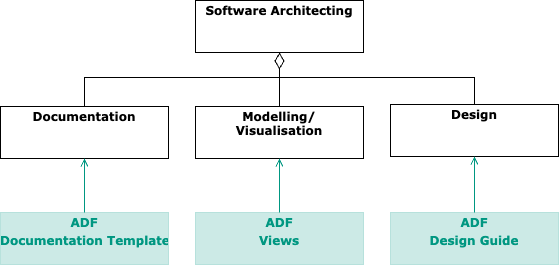
Above: pages/assets/overview-adf.drawio.png in architecture-decomposition-framework/en (draw.io), before the change. Source tidied: cells renumbered, new cells last; positions are measured from the earlier drawing's top-left corner, leaving out a move shared by most shapes.
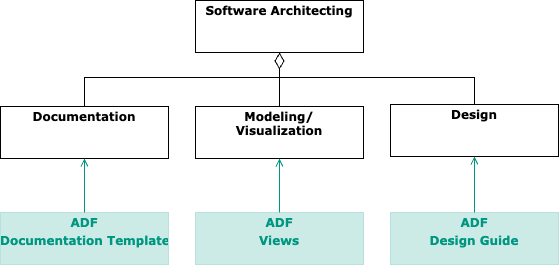
Above is the later version.

The edit, as a diff of the source:
```diff
@@ -8,7 +8,7 @@
     <mxCell id="3" style="endArrow=none;html=1;endSize=12;startArrow=diamondThin;startSize=14;startFill=0;edgeStyle=orthogonalEdgeStyle;align=left;verticalAlign=bottom;dashed=0;fillColor=#000000;fontFamily=Verdana;fontSize=12;endFill=0;rounded=0;fontColor=#000000;" parent="1" edge="1" source="2" target="4">
       <mxGeometry x="-1" y="3" relative="1" as="geometry" />
     </mxCell>
-    <mxCell id="4" value="&lt;p style=&quot;margin: 0px ; margin-top: 4px ; text-align: center&quot;&gt;&lt;b&gt;Modelling/&lt;br&gt;Visualisation&lt;/b&gt;&lt;/p&gt;" style="verticalAlign=top;align=left;overflow=fill;fontSize=12;fontFamily=Verdana;html=1;fillColor=#FFFFFF;fontColor=#000000;" parent="1" vertex="1">
+    <mxCell id="4" value="&lt;p style=&quot;margin: 0px ; margin-top: 4px ; text-align: center&quot;&gt;&lt;b&gt;Modeling/&lt;br&gt;Visualization&lt;/b&gt;&lt;/p&gt;" style="verticalAlign=top;align=left;overflow=fill;fontSize=12;fontFamily=Verdana;html=1;fillColor=#FFFFFF;fontColor=#000000;" parent="1" vertex="1">
       <mxGeometry x="195" y="106" width="168" height="52" as="geometry" />
     </mxCell>
     <mxCell id="5" style="endArrow=none;html=1;endSize=12;startArrow=diamondThin;startSize=14;startFill=0;edgeStyle=orthogonalEdgeStyle;align=left;verticalAlign=bottom;dashed=0;fillColor=#000000;fontFamily=Verdana;fontSize=12;endFill=0;rounded=0;fontColor=#000000;exitX=0.5;exitY=1;exitDx=0;exitDy=0;" parent="1" edge="1" source="2" target="6">
```
